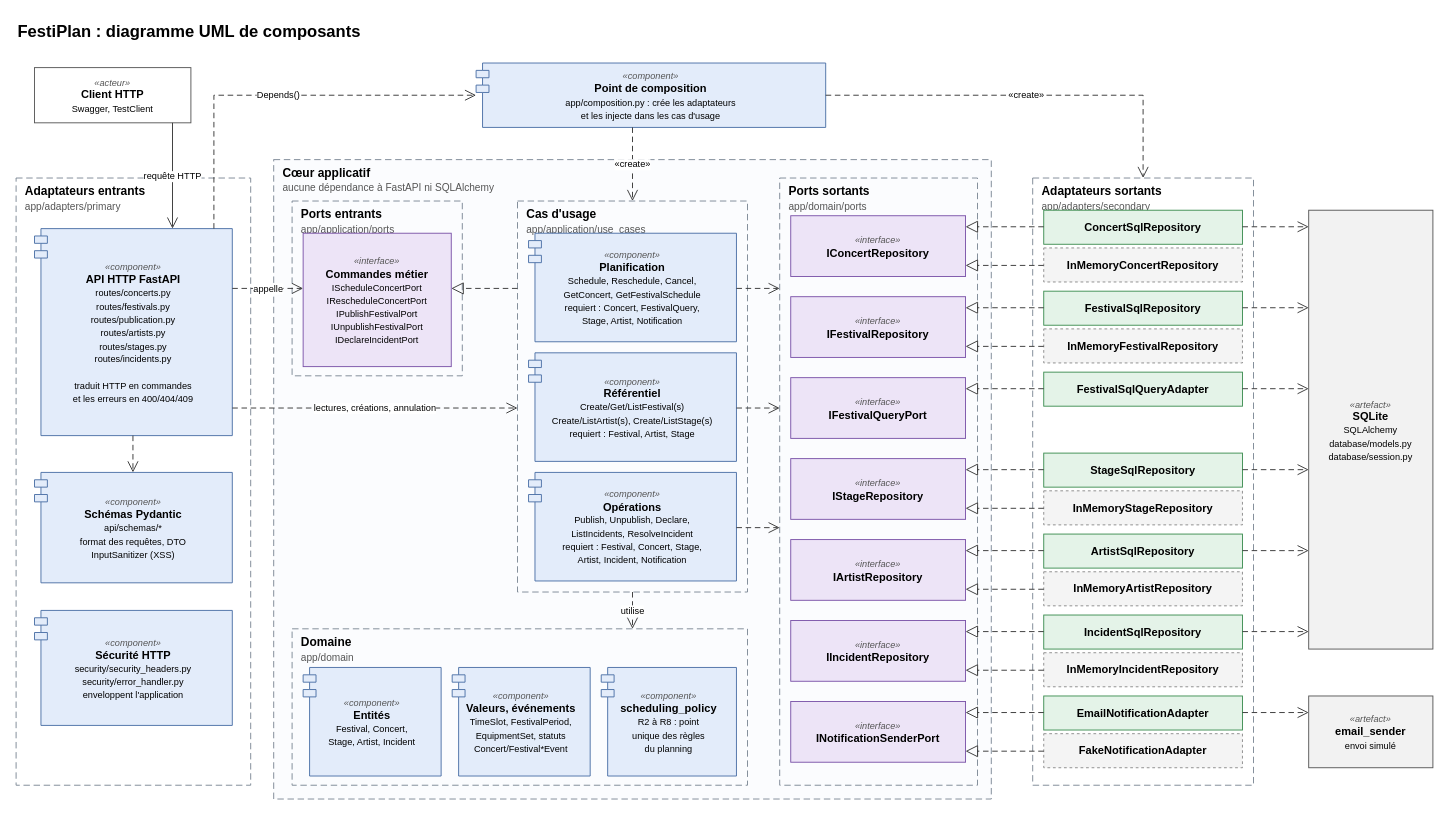
This is docs/schemas/diagramme_composants.drawio from Seth-dell15/FestiPlan, a draw.io file, before an edit. Source tidied: cells renumbered, new cells numbered last; positions are measured from the earlier drawing's top-left corner, leaving out a move shared by most shapes. Both pictures are drawn from the tidied source at 92%, with x=0, y=0 at pixel (16, 16).
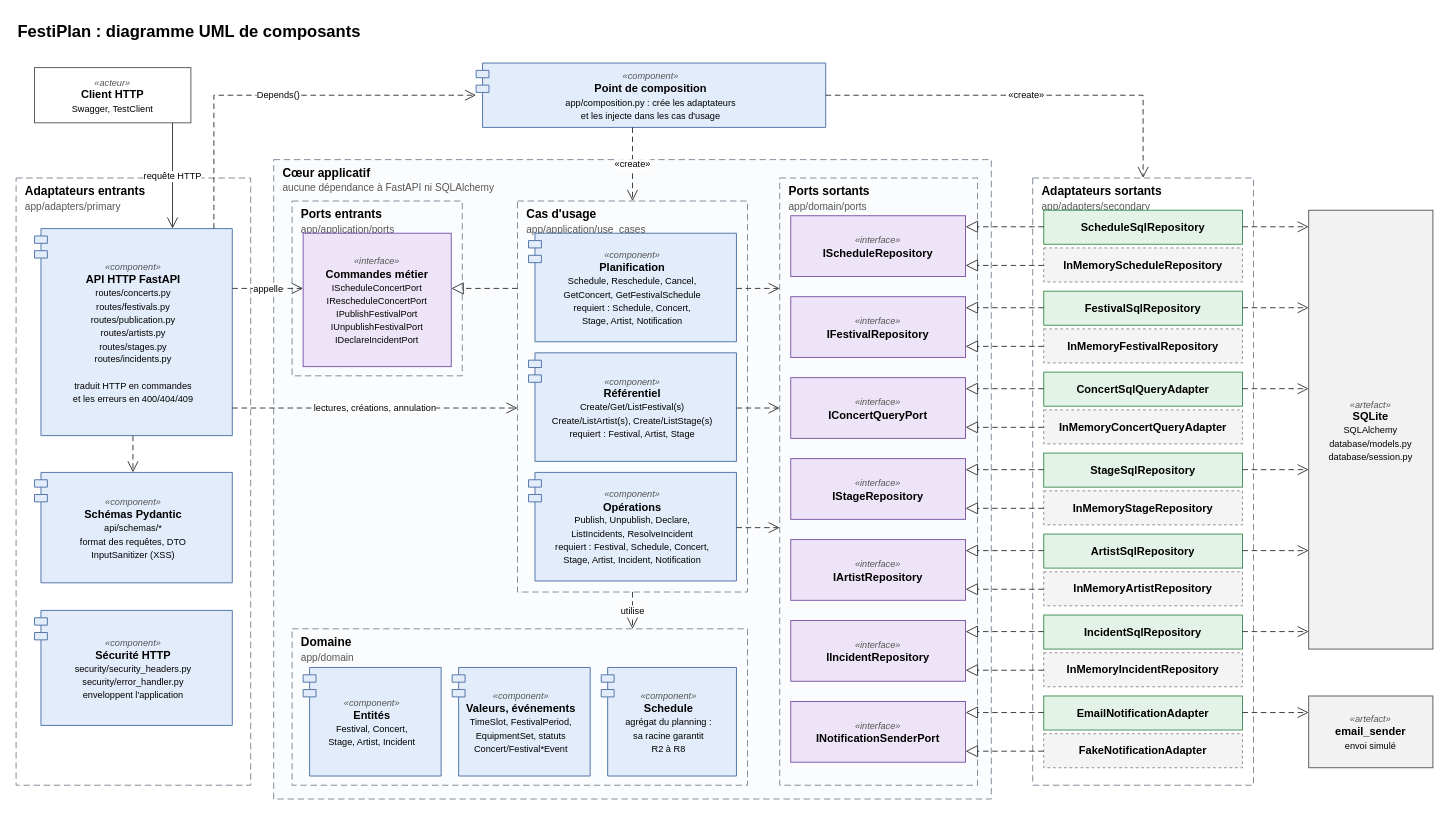
Above is the later version.

The edit, as a diff of the source:
```diff
@@
-    <mxCell id="16" value="&lt;i&gt;&lt;font style='font-size:10px' color='#555555'&gt;«component»&lt;/font&gt;&lt;/i&gt;&lt;br&gt;&lt;b&gt;Planification&lt;/b&gt;&lt;br&gt;&lt;font style='font-size:10px'&gt;Schedule, Reschedule, Cancel,&lt;/font&gt;&lt;br&gt;&lt;font style='font-size:10px'&gt;GetConcert, GetFestivalSchedule&lt;/font&gt;&lt;br&gt;&lt;font style='font-size:10px'&gt;requiert : Concert, FestivalQuery,&lt;/font&gt;&lt;br&gt;&lt;font style='font-size:10px'&gt;Stage, Artist, Notification&lt;/font&gt;" style="shape=module;jettyWidth=14;jettyHeight=8;whiteSpace=wrap;html=1;fontSize=12;fillColor=#e3ecfa;strokeColor=#4a6fa5;" parent="1" vertex="1">
+    <mxCell id="16" value="&lt;i&gt;&lt;font style='font-size:10px' color='#555555'&gt;«component»&lt;/font&gt;&lt;/i&gt;&lt;br&gt;&lt;b&gt;Planification&lt;/b&gt;&lt;br&gt;&lt;font style='font-size:10px'&gt;Schedule, Reschedule, Cancel,&lt;/font&gt;&lt;br&gt;&lt;font style='font-size:10px'&gt;GetConcert, GetFestivalSchedule&lt;/font&gt;&lt;br&gt;&lt;font style='font-size:10px'&gt;requiert : Schedule, Concert,&lt;/font&gt;&lt;br&gt;&lt;font style='font-size:10px'&gt;Stage, Artist, Notification&lt;/font&gt;" style="shape=module;jettyWidth=14;jettyHeight=8;whiteSpace=wrap;html=1;fontSize=12;fillColor=#e3ecfa;strokeColor=#4a6fa5;" parent="1" vertex="1">
       <mxGeometry x="557" y="236" width="226" height="118" as="geometry" />
     </mxCell>
@@
-    <mxCell id="18" value="&lt;i&gt;&lt;font style='font-size:10px' color='#555555'&gt;«component»&lt;/font&gt;&lt;/i&gt;&lt;br&gt;&lt;b&gt;Opérations&lt;/b&gt;&lt;br&gt;&lt;font style='font-size:10px'&gt;Publish, Unpublish, Declare,&lt;/font&gt;&lt;br&gt;&lt;font style='font-size:10px'&gt;ListIncidents, ResolveIncident&lt;/font&gt;&lt;br&gt;&lt;font style='font-size:10px'&gt;requiert : Festival, Concert, Stage,&lt;/font&gt;&lt;br&gt;&lt;font style='font-size:10px'&gt;Artist, Incident, Notification&lt;/font&gt;" style="shape=module;jettyWidth=14;jettyHeight=8;whiteSpace=wrap;html=1;fontSize=12;fillColor=#e3ecfa;strokeColor=#4a6fa5;" parent="1" vertex="1">
+    <mxCell id="18" value="&lt;i&gt;&lt;font style='font-size:10px' color='#555555'&gt;«component»&lt;/font&gt;&lt;/i&gt;&lt;br&gt;&lt;b&gt;Opérations&lt;/b&gt;&lt;br&gt;&lt;font style='font-size:10px'&gt;Publish, Unpublish, Declare,&lt;/font&gt;&lt;br&gt;&lt;font style='font-size:10px'&gt;ListIncidents, ResolveIncident&lt;/font&gt;&lt;br&gt;&lt;font style='font-size:10px'&gt;requiert : Festival, Schedule, Concert,&lt;/font&gt;&lt;br&gt;&lt;font style='font-size:10px'&gt;Stage, Artist, Incident, Notification&lt;/font&gt;" style="shape=module;jettyWidth=14;jettyHeight=8;whiteSpace=wrap;html=1;fontSize=12;fillColor=#e3ecfa;strokeColor=#4a6fa5;" parent="1" vertex="1">
       <mxGeometry x="557" y="496" width="226" height="118" as="geometry" />
     </mxCell>
@@
-    <mxCell id="21" value="&lt;i&gt;&lt;font style='font-size:10px' color='#555555'&gt;«component»&lt;/font&gt;&lt;/i&gt;&lt;br&gt;&lt;b&gt;scheduling_policy&lt;/b&gt;&lt;br&gt;&lt;font style='font-size:10px'&gt;R2 à R8 : point&lt;/font&gt;&lt;br&gt;&lt;font style='font-size:10px'&gt;unique des règles&lt;/font&gt;&lt;br&gt;&lt;font style='font-size:10px'&gt;du planning&lt;/font&gt;" style="shape=module;jettyWidth=14;jettyHeight=8;whiteSpace=wrap;html=1;fontSize=12;fillColor=#e3ecfa;strokeColor=#4a6fa5;" parent="1" vertex="1">
+    <mxCell id="21" value="&lt;i&gt;&lt;font style='font-size:10px' color='#555555'&gt;«component»&lt;/font&gt;&lt;/i&gt;&lt;br&gt;&lt;b&gt;Schedule&lt;/b&gt;&lt;br&gt;&lt;font style='font-size:10px'&gt;agrégat du planning :&lt;/font&gt;&lt;br&gt;&lt;font style='font-size:10px'&gt;sa racine garantit&lt;/font&gt;&lt;br&gt;&lt;font style='font-size:10px'&gt;R2 à R8&lt;/font&gt;" style="shape=module;jettyWidth=14;jettyHeight=8;whiteSpace=wrap;html=1;fontSize=12;fillColor=#e3ecfa;strokeColor=#4a6fa5;" parent="1" vertex="1">
       <mxGeometry x="636" y="708" width="147" height="118" as="geometry" />
     </mxCell>
-    <mxCell id="22" value="&lt;i&gt;&lt;font style='font-size:10px' color='#555555'&gt;«interface»&lt;/font&gt;&lt;/i&gt;&lt;br&gt;&lt;b&gt;IConcertRepository&lt;/b&gt;" style="rounded=0;whiteSpace=wrap;html=1;fontSize=12;fillColor=#ede4f7;strokeColor=#7a52a8;" parent="1" vertex="1">
+    <mxCell id="22" value="&lt;i&gt;&lt;font style='font-size:10px' color='#555555'&gt;«interface»&lt;/font&gt;&lt;/i&gt;&lt;br&gt;&lt;b&gt;IScheduleRepository&lt;/b&gt;" style="rounded=0;whiteSpace=wrap;html=1;fontSize=12;fillColor=#ede4f7;strokeColor=#7a52a8;" parent="1" vertex="1">
       <mxGeometry x="842" y="217" width="190" height="66" as="geometry" />
     </mxCell>
-    <mxCell id="23" value="&lt;b&gt;ConcertSqlRepository&lt;/b&gt;" style="rounded=0;whiteSpace=wrap;html=1;fontSize=12;fillColor=#e4f3e8;strokeColor=#3c8d50;" parent="1" vertex="1">
+    <mxCell id="23" value="&lt;b&gt;ScheduleSqlRepository&lt;/b&gt;" style="rounded=0;whiteSpace=wrap;html=1;fontSize=12;fillColor=#e4f3e8;strokeColor=#3c8d50;" parent="1" vertex="1">
       <mxGeometry x="1117" y="211" width="216" height="37" as="geometry" />
     </mxCell>
-    <mxCell id="24" value="&lt;b&gt;InMemoryConcertRepository&lt;/b&gt;" style="rounded=0;dashed=1;whiteSpace=wrap;html=1;fontSize=12;fillColor=#f4f4f4;strokeColor=#8a8a8a;" parent="1" vertex="1">
+    <mxCell id="24" value="&lt;b&gt;InMemoryScheduleRepository&lt;/b&gt;" style="rounded=0;dashed=1;whiteSpace=wrap;html=1;fontSize=12;fillColor=#f4f4f4;strokeColor=#8a8a8a;" parent="1" vertex="1">
       <mxGeometry x="1117" y="252" width="216" height="37" as="geometry" />
     </mxCell>
@@
-    <mxCell id="28" value="&lt;i&gt;&lt;font style='font-size:10px' color='#555555'&gt;«interface»&lt;/font&gt;&lt;/i&gt;&lt;br&gt;&lt;b&gt;IFestivalQueryPort&lt;/b&gt;" style="rounded=0;whiteSpace=wrap;html=1;fontSize=12;fillColor=#ede4f7;strokeColor=#7a52a8;" parent="1" vertex="1">
+    <mxCell id="28" value="&lt;i&gt;&lt;font style='font-size:10px' color='#555555'&gt;«interface»&lt;/font&gt;&lt;/i&gt;&lt;br&gt;&lt;b&gt;IConcertQueryPort&lt;/b&gt;" style="rounded=0;whiteSpace=wrap;html=1;fontSize=12;fillColor=#ede4f7;strokeColor=#7a52a8;" parent="1" vertex="1">
       <mxGeometry x="842" y="393" width="190" height="66" as="geometry" />
     </mxCell>
-    <mxCell id="29" value="&lt;b&gt;FestivalSqlQueryAdapter&lt;/b&gt;" style="rounded=0;whiteSpace=wrap;html=1;fontSize=12;fillColor=#e4f3e8;strokeColor=#3c8d50;" parent="1" vertex="1">
+    <mxCell id="29" value="&lt;b&gt;ConcertSqlQueryAdapter&lt;/b&gt;" style="rounded=0;whiteSpace=wrap;html=1;fontSize=12;fillColor=#e4f3e8;strokeColor=#3c8d50;" parent="1" vertex="1">
       <mxGeometry x="1117" y="387" width="216" height="37" as="geometry" />
     </mxCell>
@@
+    <mxCell id="76" value="&lt;b&gt;InMemoryConcertQueryAdapter&lt;/b&gt;" style="rounded=0;dashed=1;whiteSpace=wrap;html=1;fontSize=12;fillColor=#f4f4f4;strokeColor=#8a8a8a;" parent="1" vertex="1">
+      <mxGeometry x="1117" y="428" width="216" height="37" as="geometry" />
+    </mxCell>
+    <mxCell id="77" style="edgeStyle=none;rounded=0;html=1;strokeColor=#333333;fontSize=10;labelBackgroundColor=#ffffff;dashed=1;dashPattern=6 4;endArrow=block;endFill=0;endSize=11;exitX=0.0;exitY=0.5135;exitDx=0;exitDy=0;entryX=1.0;entryY=0.8182;entryDx=0;entryDy=0;" parent="1" edge="1" source="76" target="28">
+      <mxGeometry relative="1" as="geometry" />
+    </mxCell>
```
